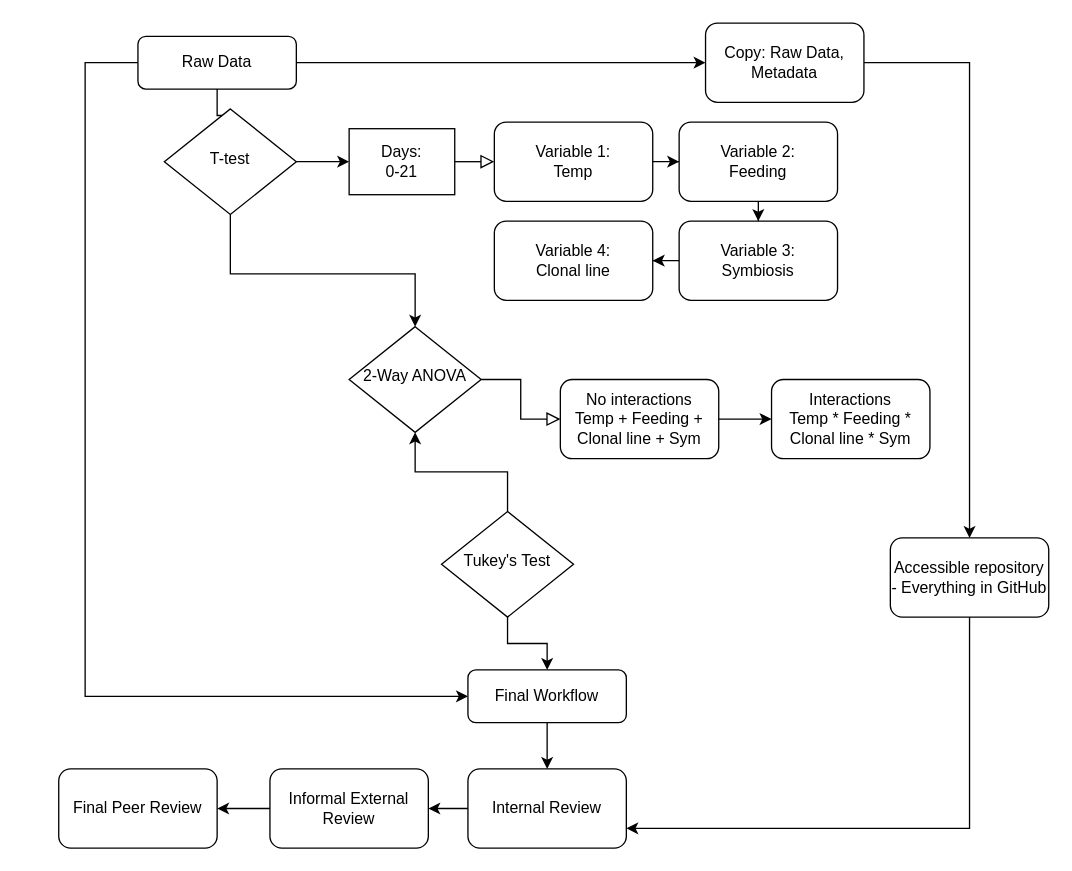
junbcai/heatinglacerate keeps this draw.io diagram as Untitled Diagram.drawio. Above is the earlier version. Source tidied: cells renumbered, new cells numbered last; positions are measured from the earlier drawing's top-left corner, leaving out a move shared by most shapes. Both pictures are drawn from the tidied source at 132%, with x=0, y=0 at pixel (58, 22).
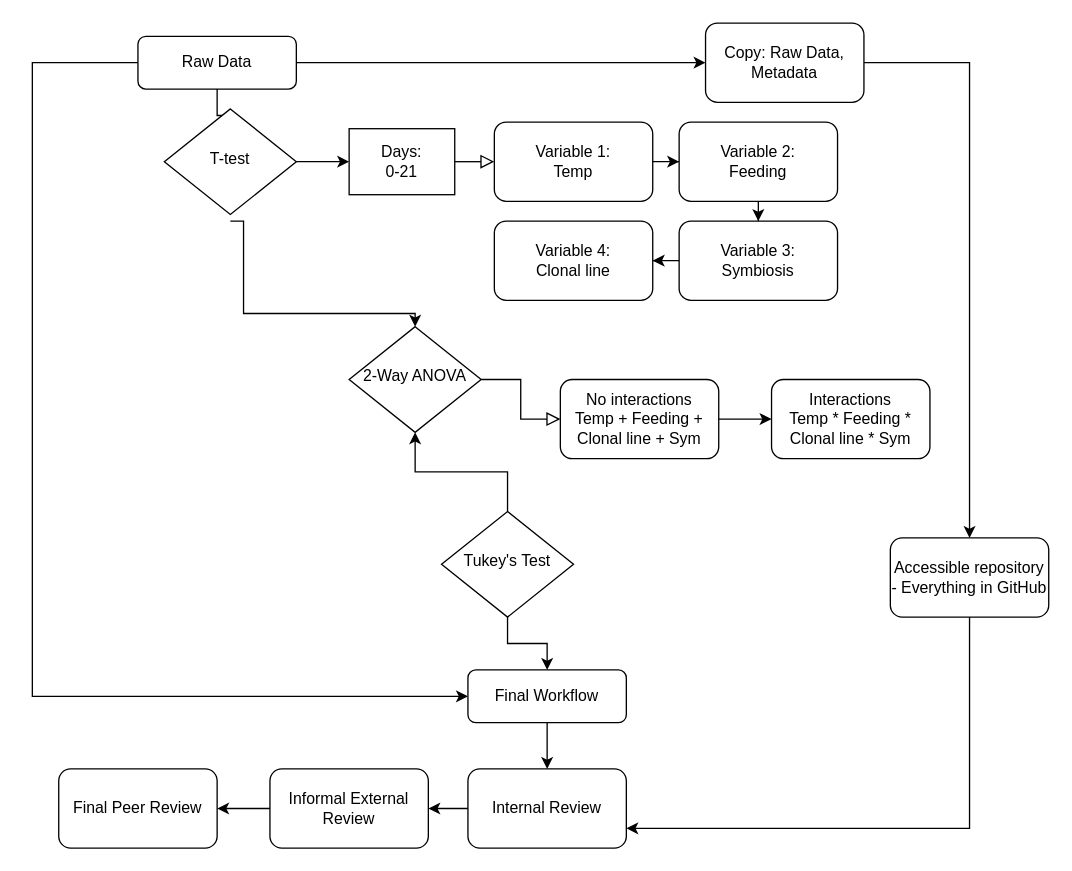
The same page after the edit.

The change refers to these unchanged cells:
```xml
<mxCell id="5" value="Raw Data" style="rounded=1;whiteSpace=wrap;html=1;fontSize=12;glass=0;strokeWidth=1;shadow=0;" parent="1" vertex="1">
  <mxGeometry x="60" y="10" width="120" height="40" as="geometry" />
</mxCell>
<mxCell id="9" value="T-test" style="rhombus;whiteSpace=wrap;html=1;shadow=0;fontFamily=Helvetica;fontSize=12;align=center;strokeWidth=1;spacing=6;spacingTop=-4;" parent="1" vertex="1">
  <mxGeometry x="80" y="65" width="100" height="80" as="geometry" />
</mxCell>
<mxCell id="13" value="2-Way ANOVA" style="rhombus;whiteSpace=wrap;html=1;shadow=0;fontFamily=Helvetica;fontSize=12;align=center;strokeWidth=1;spacing=6;spacingTop=-4;" parent="1" vertex="1">
  <mxGeometry x="220" y="230" width="100" height="80" as="geometry" />
</mxCell>
<mxCell id="15" value="Final Workflow" style="rounded=1;whiteSpace=wrap;html=1;fontSize=12;glass=0;strokeWidth=1;shadow=0;" parent="1" vertex="1">
  <mxGeometry x="310" y="490" width="120" height="40" as="geometry" />
</mxCell>
```

What changed in the source:
```diff
@@
     <mxCell id="4" style="edgeStyle=orthogonalEdgeStyle;rounded=0;jettySize=auto;html=1;" parent="1" edge="1" source="5" target="15">
       <mxGeometry relative="1" as="geometry">
         <Array as="points">
-          <mxPoint x="20" y="30" />
-          <mxPoint x="20" y="510" />
+          <mxPoint x="-20" y="30" />
+          <mxPoint x="-20" y="510" />
         </Array>
       </mxGeometry>
     </mxCell>
@@
-    <mxCell id="8" style="edgeStyle=orthogonalEdgeStyle;rounded=0;jettySize=auto;html=1;" parent="1" edge="1" source="9" target="13">
-      <mxGeometry relative="1" as="geometry">
-        <Array as="points">
-          <mxPoint x="130" y="190" />
-          <mxPoint x="270" y="190" />
-        </Array>
-      </mxGeometry>
-    </mxCell>
+    <mxCell id="37" style="edgeStyle=orthogonalEdgeStyle;rounded=0;jettySize=auto;html=1;" parent="1" edge="1" target="13">
+      <mxGeometry relative="1" as="geometry">
+        <mxPoint x="130" y="150" as="sourcePoint" />
+        <Array as="points">
+          <mxPoint x="140" y="220" />
+          <mxPoint x="270" y="220" />
+        </Array>
+      </mxGeometry>
+    </mxCell>
```
